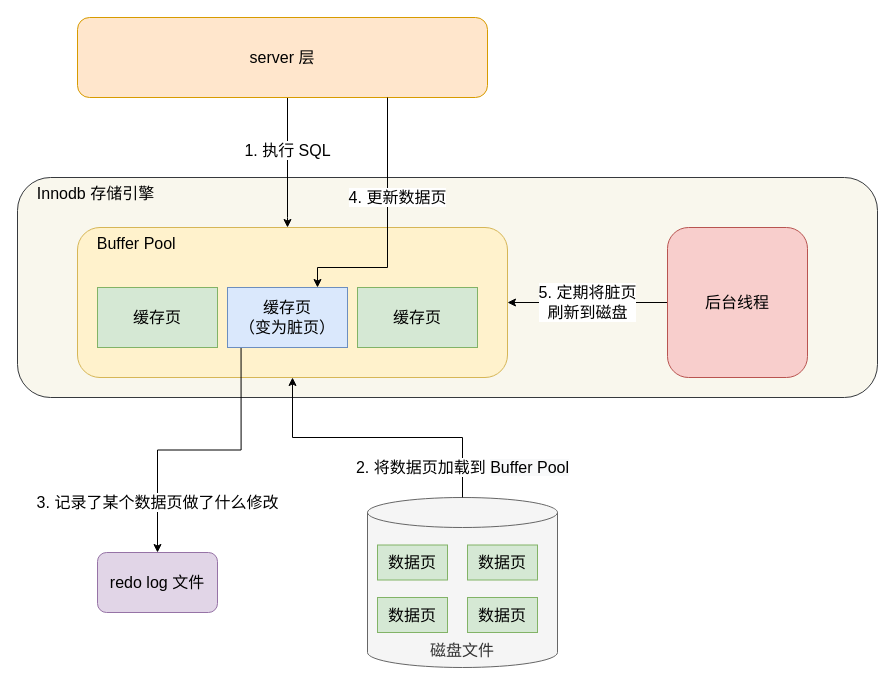
The draw.io diagram mysql/索引/wal.drawio in xiaolincoder/ImageHost4, before the edit. Source tidied: cells renumbered, new cells numbered last; positions are measured from the earlier drawing's top-left corner, leaving out a move shared by most shapes. Both pictures are drawn from the tidied source at 100%, with x=0, y=0 at pixel (17, 17).
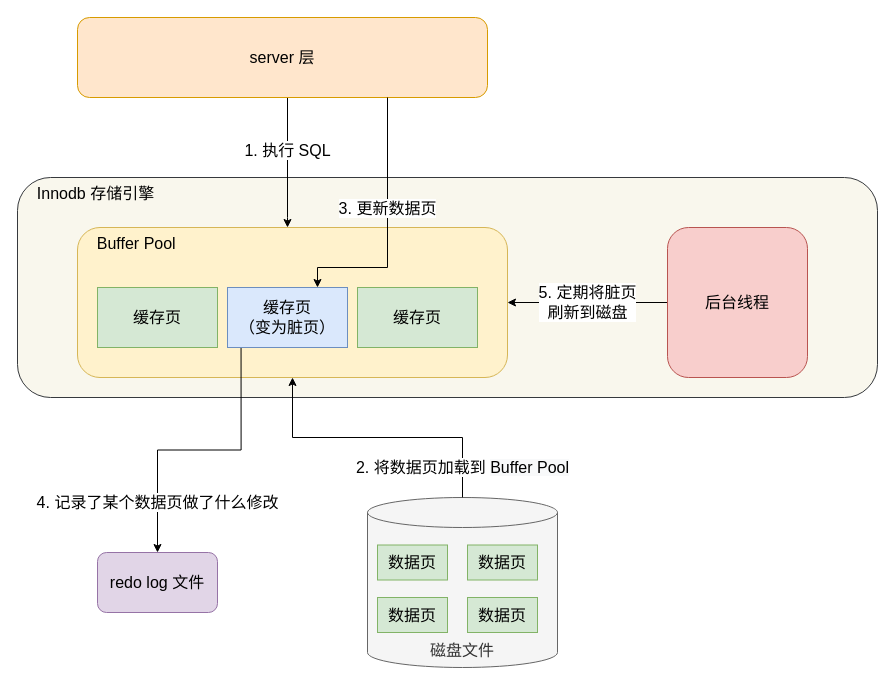
The same diagram, later.

The change refers to these unchanged cells:
```xml
<mxCell id="8" value="缓存页&lt;br&gt;（变为脏页）" style="rounded=0;whiteSpace=wrap;html=1;fontSize=16;verticalAlign=middle;horizontal=1;fillColor=#dae8fc;strokeColor=#6c8ebf;" parent="1" vertex="1">
  <mxGeometry x="210" y="270" width="120" height="60" as="geometry" />
</mxCell>
<mxCell id="16" value="redo log 文件" style="rounded=1;whiteSpace=wrap;html=1;fontSize=16;fillColor=#e1d5e7;strokeColor=#9673a6;" parent="1" vertex="1">
  <mxGeometry x="80" y="535" width="120" height="60" as="geometry" />
</mxCell>
```

Diff of the diagram source:
```diff
@@
-    <mxCell id="7" value="3. 记录了某个数据页做了什么修改" style="edgeStyle=orthogonalEdgeStyle;rounded=0;jettySize=auto;html=1;entryX=0.5;entryY=0;entryDx=0;entryDy=0;fontSize=16;exitX=0.113;exitY=0.983;exitDx=0;exitDy=0;exitPerimeter=0;" parent="1" edge="1" source="8" target="16">
+    <mxCell id="7" value="4. 记录了某个数据页做了什么修改" style="edgeStyle=orthogonalEdgeStyle;rounded=0;jettySize=auto;html=1;entryX=0.5;entryY=0;entryDx=0;entryDy=0;fontSize=16;exitX=0.113;exitY=0.983;exitDx=0;exitDy=0;exitPerimeter=0;" parent="1" edge="1" source="8" target="16">
       <mxGeometry x="0.66" relative="1" as="geometry" />
     </mxCell>
@@
-    <mxCell id="19" value="4. 更新数据页" style="edgeStyle=orthogonalEdgeStyle;rounded=0;jettySize=auto;html=1;fontSize=16;entryX=0.75;entryY=0;entryDx=0;entryDy=0;" parent="1" edge="1" target="8">
-      <mxGeometry x="-0.23" y="10" relative="1" as="geometry">
+    <mxCell id="19" value="3. 更新数据页" style="edgeStyle=orthogonalEdgeStyle;rounded=0;jettySize=auto;html=1;fontSize=16;entryX=0.75;entryY=0;entryDx=0;entryDy=0;" parent="1" edge="1" target="8">
+      <mxGeometry x="-0.15" relative="1" as="geometry">
         <mxPoint x="370" y="80" as="sourcePoint" />
         <Array as="points">
           <mxPoint x="370" y="250" />
           <mxPoint x="300" y="250" />
         </Array>
       </mxGeometry>
     </mxCell>
```
